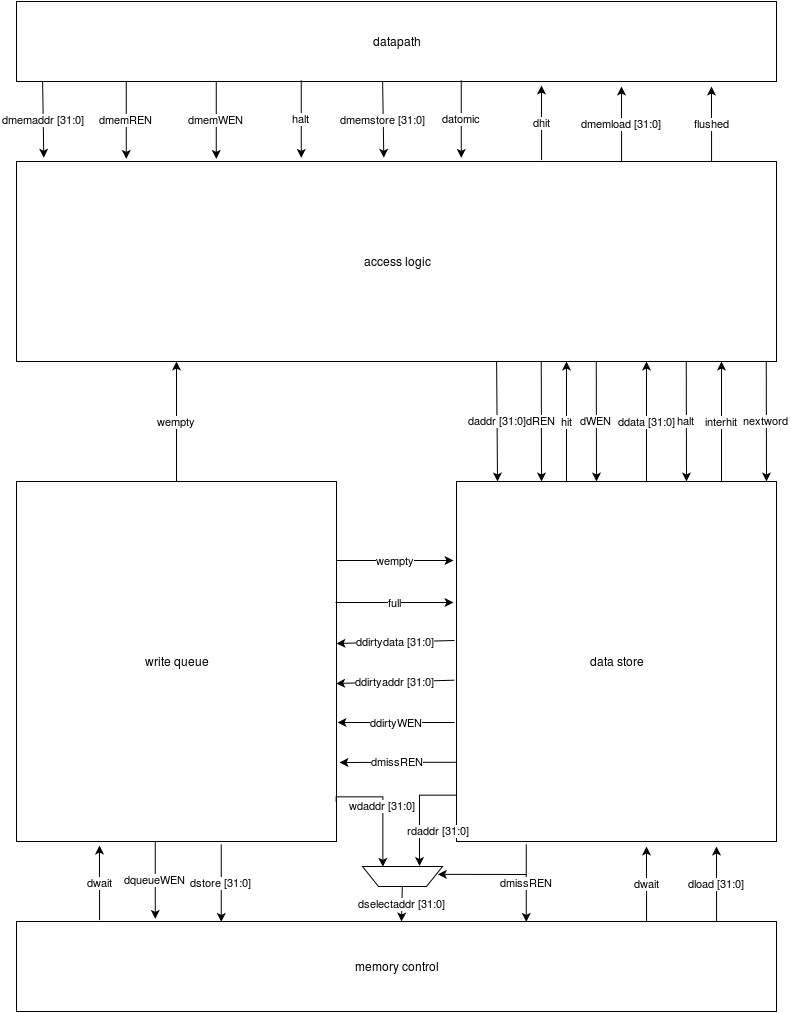
Above: dcache.png in JusticeWarrior/Processors (draw.io), before the change. Source tidied: cells renumbered, new cells last; positions are measured from the earlier drawing's top-left corner, leaving out a move shared by most shapes.
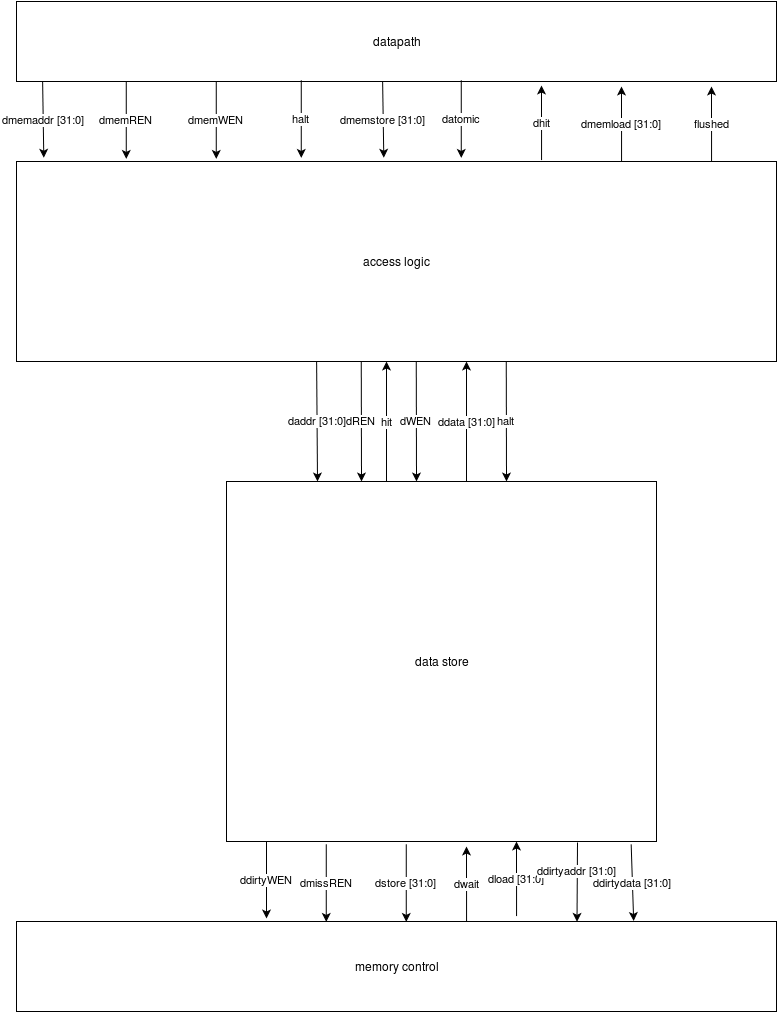
The same diagram one commit later.

What changed in the source:
```diff
@@ -9,11 +9,8 @@
       <mxGeometry y="160" width="760" height="200" as="geometry" />
     </mxCell>
     <mxCell id="4" value="data store&lt;br&gt;" style="whiteSpace=wrap;html=1;" parent="1" vertex="1">
-      <mxGeometry x="440" y="480" width="320" height="360" as="geometry" />
+      <mxGeometry x="210" y="480" width="430" height="360" as="geometry" />
     </mxCell>
-    <mxCell id="5" value="write queue&lt;br&gt;" style="whiteSpace=wrap;html=1;" parent="1" vertex="1">
-      <mxGeometry y="480" width="320" height="360" as="geometry" />
-    </mxCell>
     <mxCell id="6" value="memory control&lt;br&gt;" style="whiteSpace=wrap;html=1;" parent="1" vertex="1">
       <mxGeometry y="920" width="760" height="90" as="geometry" />
     </mxCell>
@@ -72,156 +69,79 @@
       </mxGeometry>
     </mxCell>
     <mxCell id="16" value="dmissREN" style="endArrow=classic;html=1;exitX=0.197;exitY=1;exitPerimeter=0;entryX=0.197;entryY=-0.013;entryPerimeter=0;" parent="1" edge="1">
-      <mxGeometry x="549.8" y="882.8" as="geometry">
-        <mxPoint x="509.8" y="842.8" as="sourcePoint" />
-        <mxPoint x="509.8" y="920.4" as="targetPoint" />
+      <mxGeometry x="349.8" y="882.8" as="geometry">
+        <mxPoint x="309.8" y="842.8" as="sourcePoint" />
+        <mxPoint x="309.8" y="920.4" as="targetPoint" />
       </mxGeometry>
     </mxCell>
-    <mxCell id="17" value="dqueueWEN&lt;br&gt;" style="endArrow=classic;html=1;exitX=0.197;exitY=1;exitPerimeter=0;entryX=0.197;entryY=-0.013;entryPerimeter=0;" parent="1" edge="1">
-      <mxGeometry x="178.8" y="879.8" as="geometry">
-        <mxPoint x="138.8" y="839.8" as="sourcePoint" />
-        <mxPoint x="138.8" y="917.4" as="targetPoint" />
-      </mxGeometry>
-    </mxCell>
     <mxCell id="18" value="dstore [31:0]&lt;br&gt;" style="endArrow=classic;html=1;exitX=0.197;exitY=1;exitPerimeter=0;entryX=0.197;entryY=-0.013;entryPerimeter=0;" parent="1" edge="1">
-      <mxGeometry x="244.8" y="882.8" as="geometry">
-        <mxPoint x="204.8" y="842.8" as="sourcePoint" />
-        <mxPoint x="204.8" y="920.4" as="targetPoint" />
+      <mxGeometry x="429.8" y="882.8" as="geometry">
+        <mxPoint x="389.8" y="842.8" as="sourcePoint" />
+        <mxPoint x="389.8" y="920.4" as="targetPoint" />
       </mxGeometry>
     </mxCell>
-    <mxCell id="19" value="dselectaddr [31:0]&lt;br&gt;" style="endArrow=classic;html=1;" parent="1" edge="1" source="25">
-      <mxGeometry x="424.8" y="879.8" as="geometry">
-        <mxPoint x="385" y="920" as="targetPoint" />
-      </mxGeometry>
-    </mxCell>
     <mxCell id="20" value="dwait" style="endArrow=classic;html=1;exitX=0.77;exitY=-0.007;exitPerimeter=0;" parent="1" edge="1">
-      <mxGeometry x="669.8" y="877.8" as="geometry">
-        <mxPoint x="630.1" y="919.6" as="sourcePoint" />
-        <mxPoint x="630" y="845" as="targetPoint" />
+      <mxGeometry x="489.8" y="877.8" as="geometry">
+        <mxPoint x="450.1" y="919.6" as="sourcePoint" />
+        <mxPoint x="450" y="845" as="targetPoint" />
       </mxGeometry>
     </mxCell>
     <mxCell id="21" value="dload [31:0]&lt;br&gt;" style="endArrow=classic;html=1;exitX=0.77;exitY=-0.007;exitPerimeter=0;" parent="1" edge="1">
-      <mxGeometry x="739.8" y="877.8" as="geometry">
-        <mxPoint x="700.1" y="919.6" as="sourcePoint" />
-        <mxPoint x="700" y="845" as="targetPoint" />
+      <mxGeometry x="539.8" y="872.8" as="geometry">
+        <mxPoint x="500.1" y="914.6" as="sourcePoint" />
+        <mxPoint x="500" y="840" as="targetPoint" />
       </mxGeometry>
     </mxCell>
     <mxCell id="22" value="daddr [31:0]" style="endArrow=classic;html=1;exitX=0.121;exitY=0.997;exitPerimeter=0;entryX=0.158;entryY=-0.001;entryPerimeter=0;" parent="1" edge="1">
-      <mxGeometry x="520.1" y="399.8" as="geometry">
-        <mxPoint x="480.1" y="359.8" as="sourcePoint" />
-        <mxPoint x="481" y="480" as="targetPoint" />
+      <mxGeometry x="340.1" y="399.8" as="geometry">
+        <mxPoint x="300.1" y="359.8" as="sourcePoint" />
+        <mxPoint x="301" y="480" as="targetPoint" />
       </mxGeometry>
     </mxCell>
     <mxCell id="23" value="dREN" style="endArrow=classic;html=1;exitX=0.197;exitY=1;exitPerimeter=0;entryX=0.312;entryY=0;entryPerimeter=0;" parent="1" edge="1">
-      <mxGeometry x="564.8" y="399.8" as="geometry">
-        <mxPoint x="524.8" y="359.8" as="sourcePoint" />
-        <mxPoint x="525" y="480" as="targetPoint" />
+      <mxGeometry x="384.8" y="399.8" as="geometry">
+        <mxPoint x="344.8" y="359.8" as="sourcePoint" />
+        <mxPoint x="345" y="480" as="targetPoint" />
       </mxGeometry>
     </mxCell>
     <mxCell id="24" value="hit" style="endArrow=classic;html=1;exitX=0.469;exitY=0;exitPerimeter=0;" parent="1" edge="1">
-      <mxGeometry x="589.8" y="392.8" as="geometry">
-        <mxPoint x="550" y="480" as="sourcePoint" />
-        <mxPoint x="550" y="360" as="targetPoint" />
+      <mxGeometry x="409.8" y="392.8" as="geometry">
+        <mxPoint x="370" y="480" as="sourcePoint" />
+        <mxPoint x="370" y="360" as="targetPoint" />
       </mxGeometry>
     </mxCell>
-    <mxCell id="25" style="shape=trapezoid;whiteSpace=wrap;html=1;rotation=180;" parent="1" vertex="1">
-      <mxGeometry x="346" y="865" width="80" height="20" as="geometry" />
-    </mxCell>
-    <mxCell id="26" value="wdaddr [31:0]&lt;br&gt;" style="edgeStyle=segmentEdgeStyle;endArrow=classic;html=1;entryX=0.75;entryY=1;rounded=0;" parent="1" edge="1" target="25">
-      <mxGeometry relative="1" as="geometry">
-        <mxPoint x="320" y="800" as="sourcePoint" />
-        <Array as="points">
-          <mxPoint x="366" y="795" />
-        </Array>
-      </mxGeometry>
-    </mxCell>
-    <mxCell id="27" value="rdaddr [31:0]&lt;br&gt;" style="edgeStyle=segmentEdgeStyle;endArrow=classic;html=1;entryX=0.75;entryY=1;rounded=0;exitX=0.002;exitY=0.872;exitPerimeter=0;" parent="1" edge="1" source="4">
-      <mxGeometry x="396.7" y="834.7" as="geometry">
-        <mxPoint x="403.3" y="864.7" as="targetPoint" />
-        <Array as="points">
-          <mxPoint x="403" y="794" />
-        </Array>
-      </mxGeometry>
-    </mxCell>
-    <mxCell id="28" style="endArrow=classic;html=1;entryX=0.058;entryY=0.6;entryPerimeter=0;" parent="1" edge="1" target="25">
-      <mxGeometry relative="1" as="geometry">
-        <mxPoint x="510" y="873" as="sourcePoint" />
-      </mxGeometry>
-    </mxCell>
-    <mxCell id="29" value="dwait" style="endArrow=classic;html=1;exitX=0.77;exitY=-0.007;exitPerimeter=0;" parent="1" edge="1">
-      <mxGeometry x="122.8" y="876.8" as="geometry">
-        <mxPoint x="83.1" y="918.6" as="sourcePoint" />
-        <mxPoint x="83" y="844" as="targetPoint" />
-      </mxGeometry>
-    </mxCell>
-    <mxCell id="30" value="dmissREN" style="endArrow=classic;html=1;exitX=0.197;exitY=1;exitPerimeter=0;entryX=1.009;entryY=0.667;entryPerimeter=0;" parent="1" edge="1">
-      <mxGeometry x="479.8" y="800.8" as="geometry">
-        <mxPoint x="439.8" y="760.8" as="sourcePoint" />
-        <mxPoint x="323" y="761" as="targetPoint" />
-      </mxGeometry>
-    </mxCell>
     <mxCell id="31" value="dWEN" style="endArrow=classic;html=1;exitX=0.197;exitY=1;exitPerimeter=0;entryX=0.312;entryY=0;entryPerimeter=0;" parent="1" edge="1">
-      <mxGeometry x="619.8" y="399.8" as="geometry">
-        <mxPoint x="579.8" y="359.8" as="sourcePoint" />
-        <mxPoint x="580" y="480" as="targetPoint" />
+      <mxGeometry x="439.8" y="399.8" as="geometry">
+        <mxPoint x="399.8" y="359.8" as="sourcePoint" />
+        <mxPoint x="400" y="480" as="targetPoint" />
       </mxGeometry>
     </mxCell>
-    <mxCell id="32" value="ddirtyWEN" style="endArrow=classic;html=1;" parent="1" edge="1">
-      <mxGeometry x="680.8" y="439.8" as="geometry">
-        <mxPoint x="438" y="721" as="sourcePoint" />
-        <mxPoint x="321" y="721" as="targetPoint" />
+    <mxCell id="32" value="ddirtyWEN" style="endArrow=classic;html=1;entryX=0.614;entryY=-0.033;entryPerimeter=0;" parent="1" edge="1">
+      <mxGeometry x="492.8" y="558.8" as="geometry">
+        <mxPoint x="250" y="840" as="sourcePoint" />
+        <mxPoint x="250" y="917" as="targetPoint" />
       </mxGeometry>
     </mxCell>
-    <mxCell id="33" value="ddirtyaddr [31:0]" style="endArrow=classic;html=1;exitX=-0.006;exitY=0.553;exitPerimeter=0;entryX=1;entryY=0.561;entryPerimeter=0;" parent="1" edge="1" source="4" target="5">
-      <mxGeometry x="385.1" y="579.8" as="geometry" />
+    <mxCell id="33" value="ddirtyaddr [31:0]" style="endArrow=classic;html=1;entryX=0.737;entryY=0;entryPerimeter=0;" parent="1" edge="1" target="6">
+      <mxGeometry as="geometry">
+        <mxPoint x="561" y="841" as="sourcePoint" />
+        <mxPoint y="-11" as="offset" />
+      </mxGeometry>
     </mxCell>
-    <mxCell id="34" value="ddirtydata [31:0]" style="endArrow=classic;html=1;exitX=-0.006;exitY=0.553;exitPerimeter=0;entryX=1;entryY=0.561;entryPerimeter=0;" parent="1" edge="1">
-      <mxGeometry x="385.1" y="539.8" as="geometry">
-        <mxPoint x="438" y="639" as="sourcePoint" />
-        <mxPoint x="320" y="642" as="targetPoint" />
-      </mxGeometry>
+    <mxCell id="34" value="ddirtydata [31:0]" style="endArrow=classic;html=1;exitX=0.941;exitY=1.008;exitPerimeter=0;entryX=0.812;entryY=-0.006;entryPerimeter=0;" parent="1" edge="1" source="4" target="6">
+      <mxGeometry x="655.1" y="780.8" as="geometry" />
     </mxCell>
     <mxCell id="35" value="ddata [31:0]&lt;br&gt;" style="endArrow=classic;html=1;exitX=0.469;exitY=0;exitPerimeter=0;" parent="1" edge="1">
-      <mxGeometry x="669.8" y="392.8" as="geometry">
-        <mxPoint x="630" y="480" as="sourcePoint" />
-        <mxPoint x="630" y="360" as="targetPoint" />
+      <mxGeometry x="489.8" y="392.8" as="geometry">
+        <mxPoint x="450" y="480" as="sourcePoint" />
+        <mxPoint x="450" y="360" as="targetPoint" />
       </mxGeometry>
     </mxCell>
-    <mxCell id="36" value="wempty" style="endArrow=classic;html=1;exitX=0.469;exitY=0;exitPerimeter=0;" parent="1" edge="1">
-      <mxGeometry x="199.8" y="392.8" as="geometry">
-        <mxPoint x="160" y="480" as="sourcePoint" />
-        <mxPoint x="160" y="360" as="targetPoint" />
-      </mxGeometry>
-    </mxCell>
-    <mxCell id="37" value="full" style="endArrow=classic;html=1;exitX=0.997;exitY=0.344;exitPerimeter=0;entryX=-0.009;entryY=0.344;entryPerimeter=0;" parent="1" edge="1">
-      <mxGeometry x="385.1" y="496.8" as="geometry">
-        <mxPoint x="319" y="601" as="sourcePoint" />
-        <mxPoint x="437" y="601" as="targetPoint" />
-      </mxGeometry>
-    </mxCell>
     <mxCell id="38" value="halt" style="endArrow=classic;html=1;exitX=0.197;exitY=1;exitPerimeter=0;entryX=0.312;entryY=0;entryPerimeter=0;" parent="1" edge="1">
-      <mxGeometry x="709.8" y="399.8" as="geometry">
-        <mxPoint x="669.8" y="359.8" as="sourcePoint" />
-        <mxPoint x="670" y="480" as="targetPoint" />
+      <mxGeometry x="529.8" y="399.8" as="geometry">
+        <mxPoint x="489.8" y="359.8" as="sourcePoint" />
+        <mxPoint x="490" y="480" as="targetPoint" />
       </mxGeometry>
     </mxCell>
-    <mxCell id="39" value="wempty" style="endArrow=classic;html=1;exitX=0.469;exitY=0;exitPerimeter=0;" parent="1" edge="1">
-      <mxGeometry x="359.8" y="471.8" as="geometry">
-        <mxPoint x="320" y="559" as="sourcePoint" />
-        <mxPoint x="437" y="559" as="targetPoint" />
-      </mxGeometry>
-    </mxCell>
-    <mxCell id="40" value="nextword" style="endArrow=classic;html=1;exitX=0.197;exitY=1;exitPerimeter=0;entryX=0.312;entryY=0;entryPerimeter=0;" parent="1" edge="1">
-      <mxGeometry x="789.8" y="399.8" as="geometry">
-        <mxPoint x="749.8" y="359.8" as="sourcePoint" />
-        <mxPoint x="750" y="480" as="targetPoint" />
-      </mxGeometry>
-    </mxCell>
-    <mxCell id="41" value="interhit" style="endArrow=classic;html=1;exitX=0.469;exitY=0;exitPerimeter=0;" parent="1" edge="1">
-      <mxGeometry x="744.8" y="392.8" as="geometry">
-        <mxPoint x="705" y="480" as="sourcePoint" />
-        <mxPoint x="705" y="360" as="targetPoint" />
-      </mxGeometry>
-    </mxCell>
   </root>
 </mxGraphModel>
```
